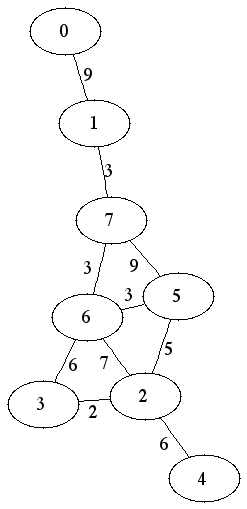
The Graphviz diagram theory5/q6.png in chmullig/cs3137, before a commit. Its source is kept beside it as theory5/q6.dot.
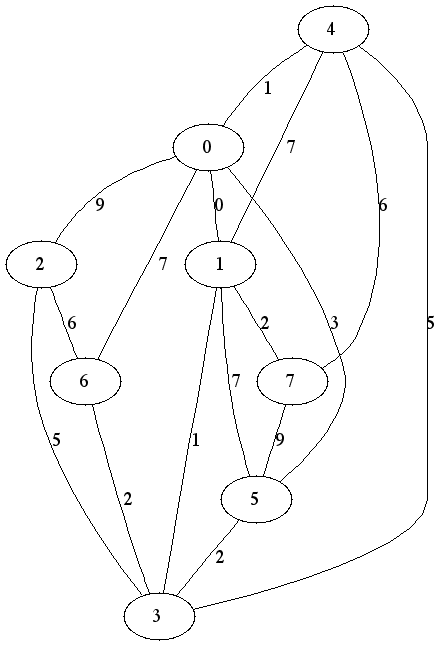
The same file after the commit.

What changed in the source:
```diff
@@ -1,5 +1,5 @@
 graph G {
-overlap=scalexy;
+
 0;
 1;
 2;
@@ -8,14 +8,20 @@
 5;
 6;
 7;
-	 7 -- 6 [label="3"];
-	 5 -- 7 [label="9"];
-	 3 -- 2 [label="2"];
-	 6 -- 5 [label="3"];
-	 1 -- 0 [label="9"];
-	 1 -- 7 [label="3"];
-	 3 -- 6 [label="6"];
-	 2 -- 4 [label="6"];
-	 5 -- 2 [label="5"];
-	 6 -- 2 [label="7"];
+	0 -- 1 [label="0"];
+	3 -- 1 [label="1"];
+	4 -- 0 [label="1"];
+	1 -- 7 [label="2"];
+	5 -- 3 [label="2"];
+	6 -- 3 [label="2"];
+	5 -- 0 [label="3"];
+	2 -- 3 [label="5"];
+	4 -- 3 [label="5"];
+	2 -- 6 [label="6"];
+	4 -- 7 [label="6"];
+	4 -- 1 [label="7"];
+	5 -- 1 [label="7"];
+	6 -- 0 [label="7"];
+	0 -- 2 [label="9"];
+	7 -- 5 [label="9"];
 }
```
